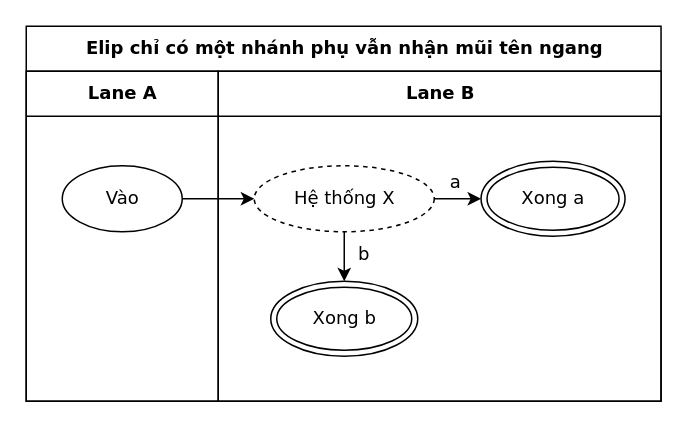
Before: conformance/golden/cases/87-place-ellipse-one-side-branch.drawio in luytbq/flowcast, a draw.io diagram. Source tidied: cells renumbered, new cells numbered last; positions are measured from the earlier drawing's top-left corner, leaving out a move shared by most shapes. Both pictures are drawn from the tidied source at 150%, with x=0, y=0 at pixel (26, 26).
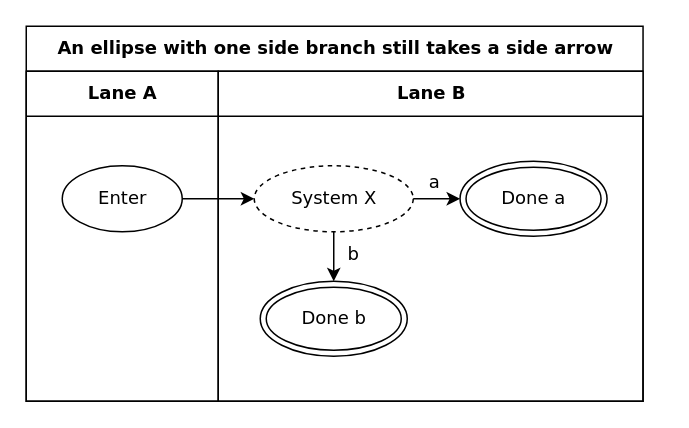
The same page after the edit.

Diff of the diagram source:
```diff
@@
 <mxGraphModel>
   <root>
     <mxCell id="0" />
     <mxCell id="1" parent="0" />
-    <mxCell id="2" value="Elip chỉ có một nhánh phụ vẫn nhận mũi tên ngang" style="swimlane;html=1;startSize=30;fontStyle=1;fontFamily=Verdana;fontSize=12;flowtable=1;" parent="1" vertex="1">
-      <mxGeometry width="423.2" height="250" as="geometry" />
+    <mxCell id="2" value="An ellipse with one side branch still takes a side arrow" style="swimlane;html=1;startSize=30;fontStyle=1;fontFamily=Verdana;fontSize=12;flowtable=1;" parent="1" vertex="1">
+      <mxGeometry width="411.2" height="250" as="geometry" />
     </mxCell>
     <mxCell id="3" value="Lane A" style="swimlane;html=1;startSize=30;fontFamily=Verdana;fontSize=12;flowtable=1;" parent="2" vertex="1">
       <mxGeometry y="30" width="128" height="220" as="geometry" />
     </mxCell>
     <mxCell id="4" value="Lane B" style="swimlane;html=1;startSize=30;fontFamily=Verdana;fontSize=12;flowtable=1;" parent="2" vertex="1">
-      <mxGeometry x="128" y="30" width="295.2" height="220" as="geometry" />
+      <mxGeometry x="128" y="30" width="283.2" height="220" as="geometry" />
     </mxCell>
-    <mxCell id="5" value="Vào" style="ellipse;html=1;fontFamily=Verdana;fontSize=12;flowtable=1;" parent="3" vertex="1">
+    <mxCell id="5" value="Enter" style="ellipse;html=1;fontFamily=Verdana;fontSize=12;flowtable=1;" parent="3" vertex="1">
       <mxGeometry x="24" y="63" width="80" height="44" as="geometry" />
     </mxCell>
-    <mxCell id="6" value="Hệ thống X" style="ellipse;html=1;dashed=1;fontFamily=Verdana;fontSize=12;flowtable=1;" parent="4" vertex="1">
-      <mxGeometry x="24" y="63" width="120" height="44" as="geometry" />
+    <mxCell id="6" value="System X" style="ellipse;html=1;dashed=1;fontFamily=Verdana;fontSize=12;flowtable=1;" parent="4" vertex="1">
+      <mxGeometry x="24" y="63" width="106" height="44" as="geometry" />
     </mxCell>
-    <mxCell id="7" value="Xong a" style="shape=doubleEllipse;html=1;fontFamily=Verdana;fontSize=12;flowtable=1;" parent="4" vertex="1">
-      <mxGeometry x="175.2" y="60" width="96" height="50" as="geometry" />
+    <mxCell id="7" value="Done a" style="shape=doubleEllipse;html=1;fontFamily=Verdana;fontSize=12;flowtable=1;" parent="4" vertex="1">
+      <mxGeometry x="161.2" y="60" width="98" height="50" as="geometry" />
     </mxCell>
-    <mxCell id="8" value="Xong b" style="shape=doubleEllipse;html=1;fontFamily=Verdana;fontSize=12;flowtable=1;" parent="4" vertex="1">
-      <mxGeometry x="35" y="140" width="98" height="50" as="geometry" />
+    <mxCell id="8" value="Done b" style="shape=doubleEllipse;html=1;fontFamily=Verdana;fontSize=12;flowtable=1;" parent="4" vertex="1">
+      <mxGeometry x="28" y="140" width="98" height="50" as="geometry" />
     </mxCell>
     <mxCell id="9" style="edgeStyle=orthogonalEdgeStyle;rounded=0;jettySize=auto;html=1;labelBackgroundColor=default;exitX=1;exitY=0.5;exitDx=0;exitDy=0;entryX=0;entryY=0.5;entryDx=0;entryDy=0;fontFamily=Verdana;fontSize=12;flowtable=1;" parent="2" edge="1" source="5" target="6">
       <mxGeometry relative="1" as="geometry" />
     </mxCell>
     <mxCell id="10" value="a" style="edgeStyle=orthogonalEdgeStyle;rounded=0;jettySize=auto;html=1;labelBackgroundColor=default;exitX=1;exitY=0.5;exitDx=0;exitDy=0;entryX=0;entryY=0.5;entryDx=0;entryDy=0;fontFamily=Verdana;fontSize=12;flowtable=1;" parent="2" edge="1" source="6" target="7">
       <mxGeometry x="-0.13" relative="1" as="geometry">
         <mxPoint y="-11.5" as="offset" />
       </mxGeometry>
     </mxCell>
     <mxCell id="11" value="b" style="edgeStyle=orthogonalEdgeStyle;rounded=0;jettySize=auto;html=1;labelBackgroundColor=default;exitX=0.5;exitY=1;exitDx=0;exitDy=0;entryX=0.5;entryY=0;entryDx=0;entryDy=0;fontFamily=Verdana;fontSize=12;flowtable=1;" parent="2" edge="1" source="6" target="8">
       <mxGeometry x="-0.12" relative="1" as="geometry">
         <mxPoint x="12.7" as="offset" />
       </mxGeometry>
     </mxCell>
   </root>
 </mxGraphModel>
```
